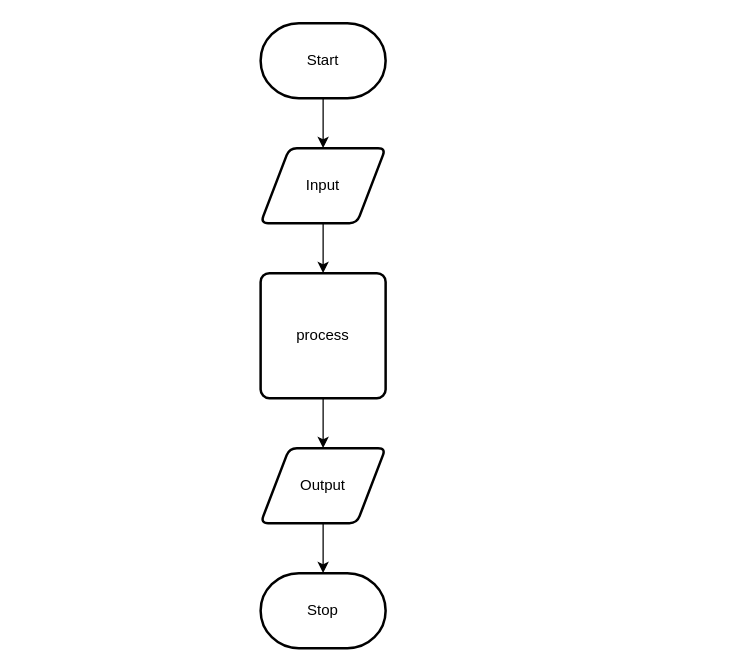
Earlier version of the draw.io diagram design/flow-chart.drawio (Julienka-Sohal/ICS2O-Assignment5-JS). Source tidied: cells renumbered, new cells numbered last; positions are measured from the earlier drawing's top-left corner, leaving out a move shared by most shapes. Both pictures are drawn from the tidied source at 125%, with x=0, y=0 at pixel (260, 22).
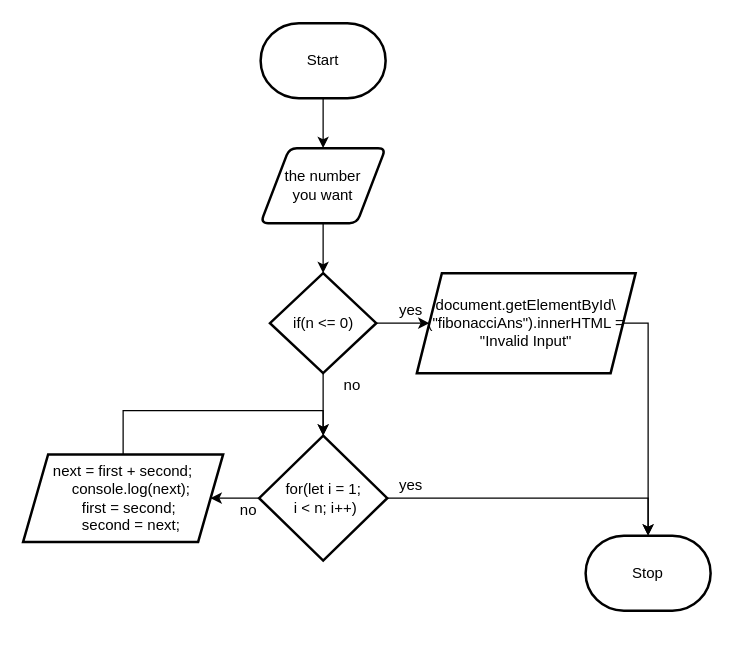
The same page after the edit.

Diff of the diagram source:
```diff
@@
-    <mxCell id="4" style="edgeStyle=none;html=1;" parent="1" edge="1" source="5" target="7">
-      <mxGeometry relative="1" as="geometry" />
-    </mxCell>
+    <mxCell id="11" style="edgeStyle=none;html=1;" parent="1" edge="1" source="5" target="8">
+      <mxGeometry relative="1" as="geometry" />
+    </mxCell>
-    <mxCell id="5" value="Input" style="shape=parallelogram;html=1;strokeWidth=2;perimeter=parallelogramPerimeter;whiteSpace=wrap;rounded=1;arcSize=12;size=0.23;" parent="1" vertex="1">
+    <mxCell id="5" value="the number &lt;br&gt;you want" style="shape=parallelogram;html=1;strokeWidth=2;perimeter=parallelogramPerimeter;whiteSpace=wrap;rounded=1;arcSize=12;size=0.23;" parent="1" vertex="1">
       <mxGeometry y="100" width="100" height="60" as="geometry" />
     </mxCell>
-    <mxCell id="6" style="edgeStyle=none;html=1;" parent="1" edge="1" source="7" target="9">
-      <mxGeometry relative="1" as="geometry" />
-    </mxCell>
-    <mxCell id="7" value="process" style="rounded=1;whiteSpace=wrap;html=1;absoluteArcSize=1;arcSize=14;strokeWidth=2;" parent="1" vertex="1">
-      <mxGeometry y="200" width="100" height="100" as="geometry" />
-    </mxCell>
+    <mxCell id="10" value="Stop" style="strokeWidth=2;html=1;shape=mxgraph.flowchart.terminator;whiteSpace=wrap;" parent="1" vertex="1">
+      <mxGeometry x="260" y="410" width="100" height="60" as="geometry" />
+    </mxCell>
+    <mxCell id="12" style="edgeStyle=none;html=1;" parent="1" edge="1" source="8" target="15">
+      <mxGeometry relative="1" as="geometry" />
+    </mxCell>
+    <mxCell id="13" style="edgeStyle=none;rounded=0;html=1;" parent="1" edge="1" source="8" target="19">
+      <mxGeometry relative="1" as="geometry" />
+    </mxCell>
-    <mxCell id="8" style="edgeStyle=none;html=1;" parent="1" edge="1" source="9" target="10">
-      <mxGeometry relative="1" as="geometry" />
+    <mxCell id="8" value="if(n &amp;lt;= 0)" style="rhombus;whiteSpace=wrap;html=1;strokeWidth=2;rounded=0;arcSize=12;" parent="1" vertex="1">
+      <mxGeometry x="7.5" y="200" width="85" height="80" as="geometry" />
     </mxCell>
-    <mxCell id="9" value="Output" style="shape=parallelogram;html=1;strokeWidth=2;perimeter=parallelogramPerimeter;whiteSpace=wrap;rounded=1;arcSize=12;size=0.23;" parent="1" vertex="1">
-      <mxGeometry y="340" width="100" height="60" as="geometry" />
-    </mxCell>
-    <mxCell id="10" value="Stop" style="strokeWidth=2;html=1;shape=mxgraph.flowchart.terminator;whiteSpace=wrap;" parent="1" vertex="1">
-      <mxGeometry y="440" width="100" height="60" as="geometry" />
-    </mxCell>
+    <mxCell id="14" style="edgeStyle=none;html=1;exitX=1;exitY=0.5;exitDx=0;exitDy=0;entryX=0.5;entryY=0;entryDx=0;entryDy=0;entryPerimeter=0;rounded=0;" parent="1" edge="1" source="15" target="10">
+      <mxGeometry relative="1" as="geometry">
+        <Array as="points">
+          <mxPoint x="310" y="240" />
+        </Array>
+      </mxGeometry>
+    </mxCell>
+    <mxCell id="15" value="document.getElementById\(&quot;fibonacciAns&quot;).innerHTML = &quot;Invalid Input&quot;" style="shape=parallelogram;perimeter=parallelogramPerimeter;whiteSpace=wrap;html=1;fixedSize=1;strokeWidth=2;rounded=0;arcSize=12;" parent="1" vertex="1">
+      <mxGeometry x="125" y="200" width="175" height="80" as="geometry" />
+    </mxCell>
+    <mxCell id="16" value="yes" style="text;html=1;align=center;verticalAlign=middle;strokeColor=none;fillColor=none;" parent="1" vertex="1">
+      <mxGeometry x="100" y="215" width="40" height="30" as="geometry" />
+    </mxCell>
+    <mxCell id="17" style="edgeStyle=none;rounded=0;html=1;exitX=1;exitY=0.5;exitDx=0;exitDy=0;entryX=0.5;entryY=0;entryDx=0;entryDy=0;entryPerimeter=0;" parent="1" edge="1" source="19" target="10">
+      <mxGeometry relative="1" as="geometry">
+        <Array as="points">
+          <mxPoint x="130" y="380" />
+          <mxPoint x="150" y="380" />
+          <mxPoint x="260" y="380" />
+          <mxPoint x="310" y="380" />
+          <mxPoint x="310" y="400" />
+        </Array>
+      </mxGeometry>
+    </mxCell>
+    <mxCell id="18" style="edgeStyle=none;rounded=0;html=1;" parent="1" edge="1" source="19" target="22">
+      <mxGeometry relative="1" as="geometry" />
+    </mxCell>
+    <mxCell id="19" value="for(let i = 1;&lt;br&gt;&amp;nbsp;i &amp;lt; n; i++)" style="rhombus;whiteSpace=wrap;html=1;strokeWidth=2;rounded=0;arcSize=12;" parent="1" vertex="1">
+      <mxGeometry x="-1.2" y="330" width="102.5" height="100" as="geometry" />
+    </mxCell>
+    <mxCell id="20" value="no" style="text;html=1;align=center;verticalAlign=middle;strokeColor=none;fillColor=none;" parent="1" vertex="1">
+      <mxGeometry x="52.5" y="275" width="40" height="30" as="geometry" />
+    </mxCell>
+    <mxCell id="21" style="edgeStyle=none;rounded=0;html=1;exitX=0.5;exitY=0;exitDx=0;exitDy=0;entryX=0.5;entryY=0;entryDx=0;entryDy=0;" parent="1" edge="1" source="22" target="19">
+      <mxGeometry relative="1" as="geometry">
+        <Array as="points">
+          <mxPoint x="-110" y="310" />
+          <mxPoint x="50" y="310" />
+        </Array>
+      </mxGeometry>
+    </mxCell>
+    <mxCell id="22" value="&lt;div&gt;next = first + second;&lt;/div&gt;&lt;div&gt;&amp;nbsp; &amp;nbsp; console.log(next);&lt;/div&gt;&lt;div&gt;&amp;nbsp; &amp;nbsp; first = second;&amp;nbsp;&lt;/div&gt;&lt;div&gt;&amp;nbsp; &amp;nbsp; second = next;&lt;/div&gt;" style="shape=parallelogram;perimeter=parallelogramPerimeter;whiteSpace=wrap;html=1;fixedSize=1;strokeWidth=2;rounded=0;arcSize=12;" parent="1" vertex="1">
+      <mxGeometry x="-190" y="345" width="160" height="70" as="geometry" />
+    </mxCell>
+    <mxCell id="23" value="no" style="text;html=1;align=center;verticalAlign=middle;strokeColor=none;fillColor=none;" parent="1" vertex="1">
+      <mxGeometry x="-30" y="375" width="40" height="30" as="geometry" />
+    </mxCell>
+    <mxCell id="24" value="yes" style="text;html=1;align=center;verticalAlign=middle;strokeColor=none;fillColor=none;" parent="1" vertex="1">
+      <mxGeometry x="100" y="355" width="40" height="30" as="geometry" />
+    </mxCell>
```
